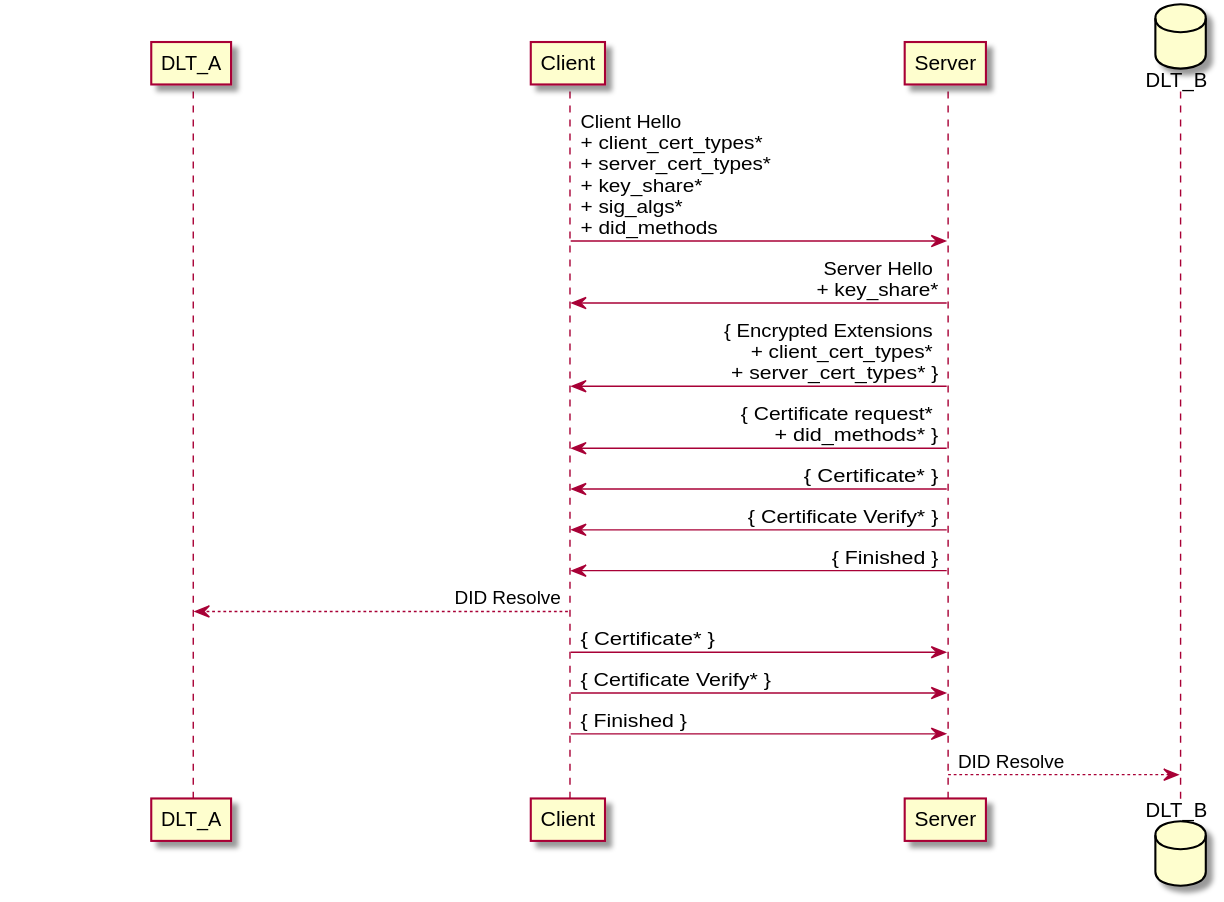
Before: full-hs.svg, a diagram exported from PlantUML (thomas-fossati/draft-vesco-vcauthtls).
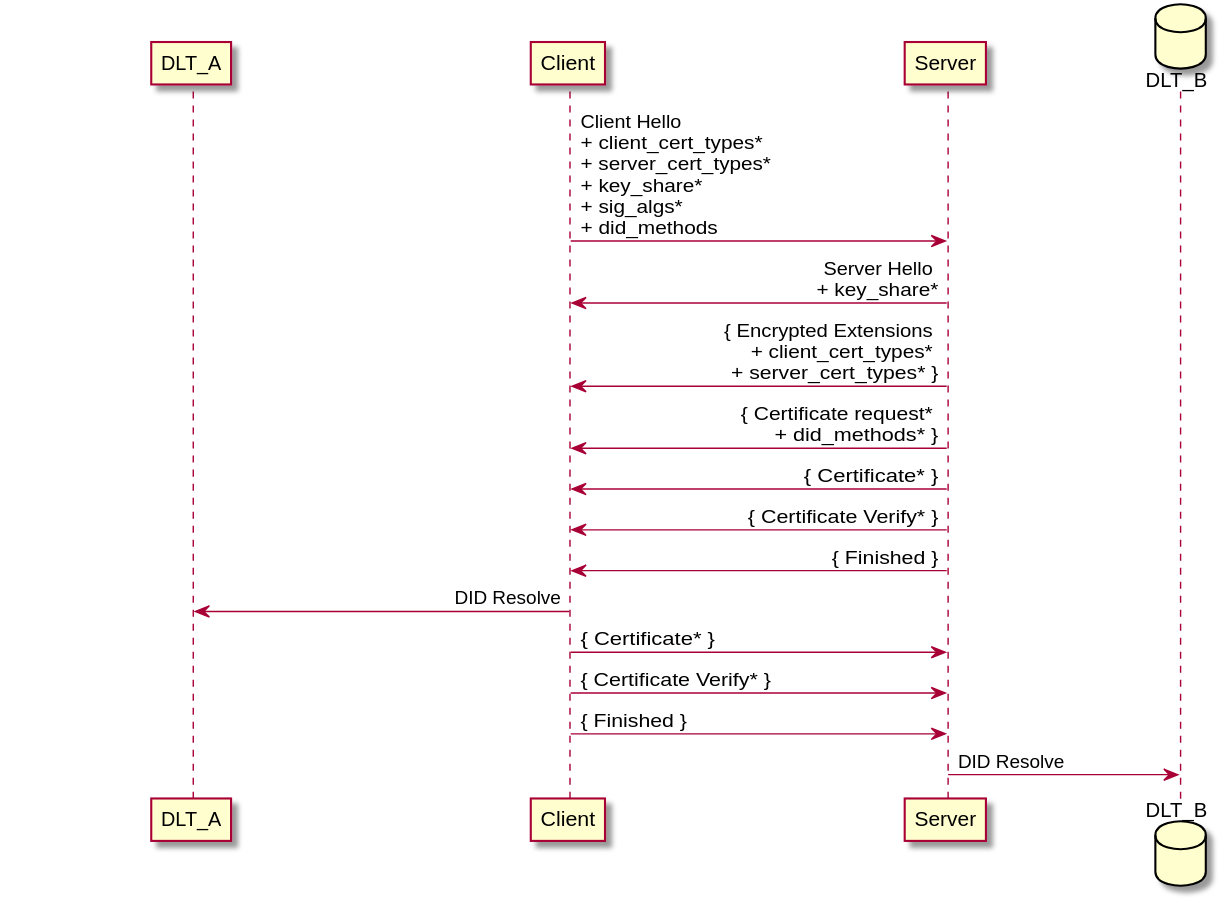
The same file after the commit.

Diff of the diagram source:
```diff
@@ -13,9 +13,9 @@
 Server -> Client : { Certificate* }
 Server -> Client : { Certificate Verify* }
 Server -> Client : { Finished }
-Client --> DLT_A : DID Resolve
+Client -> DLT_A : DID Resolve
 Client -> Server : { Certificate* }
 Client -> Server : { Certificate Verify* }
 Client -> Server : { Finished }
-Server --> DLT_B : DID Resolve
+Server -> DLT_B : DID Resolve
 @enduml
```
